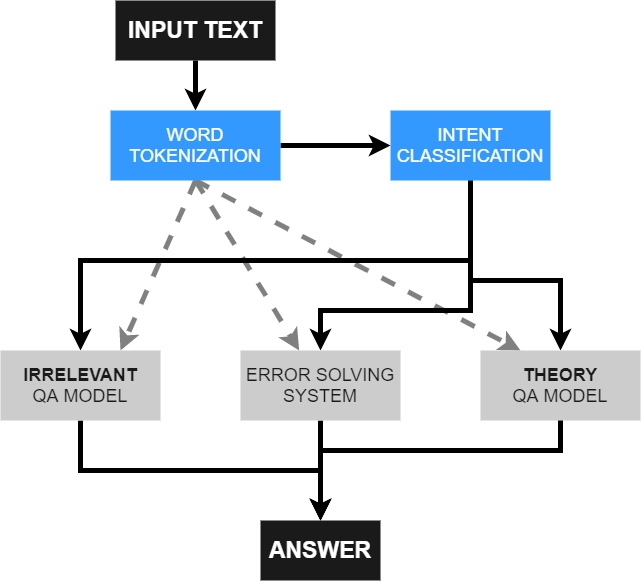
Above: Pipeline.png in tamlc46/CodEbot (draw.io), before the change. Source tidied: cells renumbered, new cells last; positions are measured from the earlier drawing's top-left corner, leaving out a move shared by most shapes. Its diagram source:
```xml
<mxGraphModel>
  <root>
    <mxCell id="0" />
    <mxCell id="1" parent="0" />
    <mxCell id="2" style="edgeStyle=none;rounded=0;jettySize=auto;html=1;exitX=0.5;exitY=1;exitDx=0;exitDy=0;entryX=0.25;entryY=0;entryDx=0;entryDy=0;dashed=1;strokeColor=#808080;strokeWidth=5;fontSize=18;fontColor=#1A1A1A;" parent="1" edge="1" source="14" target="16">
      <mxGeometry relative="1" as="geometry" />
    </mxCell>
    <mxCell id="3" style="rounded=0;jettySize=auto;html=1;exitX=0.5;exitY=1;exitDx=0;exitDy=0;entryX=0.75;entryY=0;entryDx=0;entryDy=0;strokeColor=#808080;strokeWidth=5;fontSize=18;fontColor=#1A1A1A;dashed=1;" parent="1" edge="1" source="14" target="18">
      <mxGeometry relative="1" as="geometry" />
    </mxCell>
    <mxCell id="4" style="edgeStyle=none;rounded=0;jettySize=auto;html=1;exitX=0.5;exitY=1;exitDx=0;exitDy=0;dashed=1;strokeColor=#808080;strokeWidth=5;fontSize=18;fontColor=#1A1A1A;" parent="1" edge="1" source="14" target="17">
      <mxGeometry relative="1" as="geometry" />
    </mxCell>
    <mxCell id="5" style="edgeStyle=orthogonalEdgeStyle;rounded=0;jettySize=auto;html=1;exitX=0.5;exitY=1;exitDx=0;exitDy=0;entryX=0.5;entryY=0;entryDx=0;entryDy=0;strokeColor=#000000;strokeWidth=5;fontSize=18;fontColor=#1A1A1A;" parent="1" edge="1" source="18" target="19">
      <mxGeometry relative="1" as="geometry" />
    </mxCell>
    <mxCell id="6" style="edgeStyle=none;rounded=0;jettySize=auto;html=1;exitX=0.5;exitY=1;exitDx=0;exitDy=0;strokeColor=#000000;strokeWidth=5;fontSize=18;fontColor=#1A1A1A;entryX=0.5;entryY=0;entryDx=0;entryDy=0;" parent="1" edge="1" source="17" target="19">
      <mxGeometry relative="1" as="geometry" />
    </mxCell>
    <mxCell id="7" style="edgeStyle=orthogonalEdgeStyle;rounded=0;jettySize=auto;html=1;exitX=0.5;exitY=1;exitDx=0;exitDy=0;entryX=0.5;entryY=0;entryDx=0;entryDy=0;fontSize=18;fontColor=#1A1A1A;strokeWidth=5;" parent="1" edge="1" source="8" target="14">
      <mxGeometry relative="1" as="geometry" />
    </mxCell>
    <mxCell id="8" value="&lt;font style=&quot;font-size: 23px&quot;&gt;INPUT TEXT&lt;br&gt;&lt;/font&gt;" style="rounded=0;whiteSpace=wrap;html=1;fillColor=#1A1A1A;fontStyle=1;fontSize=23;labelBorderColor=none;strokeColor=none;fontColor=#FFFFFF;" parent="1" vertex="1">
      <mxGeometry x="115" width="160" height="60" as="geometry" />
    </mxCell>
    <mxCell id="9" style="edgeStyle=orthogonalEdgeStyle;rounded=0;jettySize=auto;html=1;exitX=0.5;exitY=1;exitDx=0;exitDy=0;fontSize=18;fontColor=#1A1A1A;strokeWidth=5;" parent="1" edge="1" source="12" target="18">
      <mxGeometry relative="1" as="geometry">
        <Array as="points">
          <mxPoint x="470" y="260" />
          <mxPoint x="80" y="260" />
        </Array>
      </mxGeometry>
    </mxCell>
    <mxCell id="10" style="edgeStyle=orthogonalEdgeStyle;rounded=0;jettySize=auto;html=1;exitX=0.5;exitY=1;exitDx=0;exitDy=0;entryX=0.5;entryY=0;entryDx=0;entryDy=0;fontSize=18;fontColor=#1A1A1A;strokeWidth=5;" parent="1" edge="1" source="12" target="17">
      <mxGeometry relative="1" as="geometry">
        <Array as="points">
          <mxPoint x="470" y="310" />
          <mxPoint x="320" y="310" />
        </Array>
      </mxGeometry>
    </mxCell>
    <mxCell id="11" style="edgeStyle=orthogonalEdgeStyle;rounded=0;jettySize=auto;html=1;exitX=0.5;exitY=1;exitDx=0;exitDy=0;entryX=0.5;entryY=0;entryDx=0;entryDy=0;fontSize=18;fontColor=#1A1A1A;strokeWidth=5;" parent="1" edge="1" source="12" target="16">
      <mxGeometry relative="1" as="geometry">
        <Array as="points">
          <mxPoint x="470" y="280" />
          <mxPoint x="560" y="280" />
        </Array>
      </mxGeometry>
    </mxCell>
    <mxCell id="12" value="INTENT CLASSIFICATION" style="rounded=0;whiteSpace=wrap;html=1;fillColor=#3399FF;fontSize=18;fontColor=#FFFFFF;strokeColor=none;" parent="1" vertex="1">
      <mxGeometry x="390" y="110" width="160" height="70" as="geometry" />
    </mxCell>
    <mxCell id="13" style="edgeStyle=orthogonalEdgeStyle;rounded=0;jettySize=auto;html=1;exitX=1;exitY=0.5;exitDx=0;exitDy=0;entryX=0;entryY=0.5;entryDx=0;entryDy=0;fontSize=18;fontColor=#1A1A1A;strokeWidth=5;" parent="1" edge="1" source="14" target="12">
      <mxGeometry relative="1" as="geometry" />
    </mxCell>
    <mxCell id="14" value="WORD TOKENIZATION" style="rounded=0;whiteSpace=wrap;html=1;fillColor=#3399FF;fontSize=18;fontColor=#FFFFFF;strokeColor=none;" parent="1" vertex="1">
      <mxGeometry x="110" y="110" width="170" height="70" as="geometry" />
    </mxCell>
    <mxCell id="15" style="edgeStyle=orthogonalEdgeStyle;rounded=0;jettySize=auto;html=1;exitX=0.5;exitY=1;exitDx=0;exitDy=0;strokeColor=#000000;strokeWidth=5;fontSize=18;fontColor=#1A1A1A;entryX=0.5;entryY=0;entryDx=0;entryDy=0;" parent="1" edge="1" source="16" target="19">
      <mxGeometry relative="1" as="geometry">
        <Array as="points">
          <mxPoint x="560" y="450" />
          <mxPoint x="320" y="450" />
        </Array>
      </mxGeometry>
    </mxCell>
    <mxCell id="16" value="&lt;b&gt;THEORY&lt;/b&gt;&lt;br&gt;QA MODEL" style="rounded=0;whiteSpace=wrap;html=1;fillColor=#CCCCCC;fontSize=18;fontColor=#1A1A1A;strokeColor=none;" parent="1" vertex="1">
      <mxGeometry x="480" y="350" width="160" height="70" as="geometry" />
    </mxCell>
    <mxCell id="17" value="ERROR SOLVING SYSTEM" style="rounded=0;whiteSpace=wrap;html=1;fillColor=#CCCCCC;fontSize=18;fontColor=#1A1A1A;strokeColor=none;" parent="1" vertex="1">
      <mxGeometry x="240" y="350" width="160" height="70" as="geometry" />
    </mxCell>
    <mxCell id="18" value="&lt;b&gt;IRRELEVANT&lt;/b&gt;&lt;br&gt;QA MODEL" style="rounded=0;whiteSpace=wrap;html=1;fillColor=#CCCCCC;fontSize=18;fontColor=#1A1A1A;strokeColor=none;" parent="1" vertex="1">
      <mxGeometry y="350" width="160" height="70" as="geometry" />
    </mxCell>
    <mxCell id="19" value="ANSWER" style="rounded=0;whiteSpace=wrap;html=1;fillColor=#1A1A1A;fontStyle=1;fontSize=23;labelBorderColor=none;strokeColor=none;fontColor=#FFFFFF;" parent="1" vertex="1">
      <mxGeometry x="260" y="520" width="120" height="60" as="geometry" />
    </mxCell>
  </root>
</mxGraphModel>
```
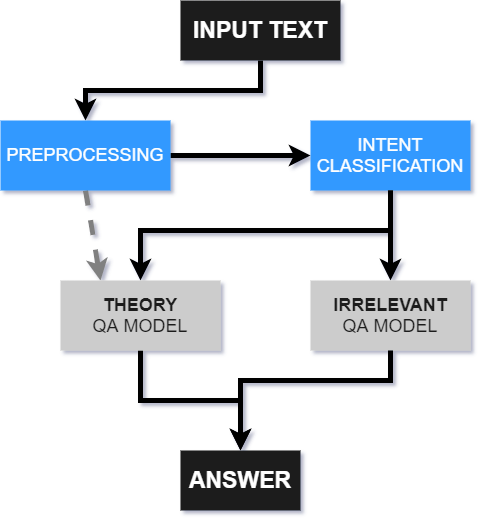
Above is the later version.

Commit message:
Update Notebook, add Pipeline graph

The edit, as a diff of the source:
```diff
@@ -2,76 +2,56 @@
   <root>
     <mxCell id="0" />
     <mxCell id="1" parent="0" />
-    <mxCell id="2" style="edgeStyle=none;rounded=0;jettySize=auto;html=1;exitX=0.5;exitY=1;exitDx=0;exitDy=0;entryX=0.25;entryY=0;entryDx=0;entryDy=0;dashed=1;strokeColor=#808080;strokeWidth=5;fontSize=18;fontColor=#1A1A1A;" parent="1" edge="1" source="14" target="16">
+    <mxCell id="2" style="edgeStyle=none;rounded=0;jettySize=auto;html=1;exitX=0.5;exitY=1;exitDx=0;exitDy=0;dashed=1;strokeColor=#808080;strokeWidth=5;fontSize=18;fontColor=#1A1A1A;entryX=0.25;entryY=0;entryDx=0;entryDy=0;" parent="1" edge="1" source="14" target="18">
       <mxGeometry relative="1" as="geometry" />
     </mxCell>
-    <mxCell id="3" style="rounded=0;jettySize=auto;html=1;exitX=0.5;exitY=1;exitDx=0;exitDy=0;entryX=0.75;entryY=0;entryDx=0;entryDy=0;strokeColor=#808080;strokeWidth=5;fontSize=18;fontColor=#1A1A1A;dashed=1;" parent="1" edge="1" source="14" target="18">
-      <mxGeometry relative="1" as="geometry" />
-    </mxCell>
-    <mxCell id="4" style="edgeStyle=none;rounded=0;jettySize=auto;html=1;exitX=0.5;exitY=1;exitDx=0;exitDy=0;dashed=1;strokeColor=#808080;strokeWidth=5;fontSize=18;fontColor=#1A1A1A;" parent="1" edge="1" source="14" target="17">
-      <mxGeometry relative="1" as="geometry" />
-    </mxCell>
     <mxCell id="5" style="edgeStyle=orthogonalEdgeStyle;rounded=0;jettySize=auto;html=1;exitX=0.5;exitY=1;exitDx=0;exitDy=0;entryX=0.5;entryY=0;entryDx=0;entryDy=0;strokeColor=#000000;strokeWidth=5;fontSize=18;fontColor=#1A1A1A;" parent="1" edge="1" source="18" target="19">
       <mxGeometry relative="1" as="geometry" />
     </mxCell>
-    <mxCell id="6" style="edgeStyle=none;rounded=0;jettySize=auto;html=1;exitX=0.5;exitY=1;exitDx=0;exitDy=0;strokeColor=#000000;strokeWidth=5;fontSize=18;fontColor=#1A1A1A;entryX=0.5;entryY=0;entryDx=0;entryDy=0;" parent="1" edge="1" source="17" target="19">
-      <mxGeometry relative="1" as="geometry" />
-    </mxCell>
     <mxCell id="7" style="edgeStyle=orthogonalEdgeStyle;rounded=0;jettySize=auto;html=1;exitX=0.5;exitY=1;exitDx=0;exitDy=0;entryX=0.5;entryY=0;entryDx=0;entryDy=0;fontSize=18;fontColor=#1A1A1A;strokeWidth=5;" parent="1" edge="1" source="8" target="14">
       <mxGeometry relative="1" as="geometry" />
     </mxCell>
     <mxCell id="8" value="&lt;font style=&quot;font-size: 23px&quot;&gt;INPUT TEXT&lt;br&gt;&lt;/font&gt;" style="rounded=0;whiteSpace=wrap;html=1;fillColor=#1A1A1A;fontStyle=1;fontSize=23;labelBorderColor=none;strokeColor=none;fontColor=#FFFFFF;" parent="1" vertex="1">
-      <mxGeometry x="115" width="160" height="60" as="geometry" />
+      <mxGeometry x="260" y="70" width="160" height="60" as="geometry" />
     </mxCell>
-    <mxCell id="9" style="edgeStyle=orthogonalEdgeStyle;rounded=0;jettySize=auto;html=1;exitX=0.5;exitY=1;exitDx=0;exitDy=0;fontSize=18;fontColor=#1A1A1A;strokeWidth=5;" parent="1" edge="1" source="12" target="18">
+    <mxCell id="9" style="edgeStyle=orthogonalEdgeStyle;rounded=0;jettySize=auto;html=1;exitX=0.5;exitY=1;exitDx=0;exitDy=0;fontSize=18;fontColor=#1A1A1A;strokeWidth=5;entryX=0.5;entryY=0;entryDx=0;entryDy=0;" parent="1" edge="1" source="12" target="18">
       <mxGeometry relative="1" as="geometry">
         <Array as="points">
-          <mxPoint x="470" y="260" />
-          <mxPoint x="80" y="260" />
+          <mxPoint x="470" y="300" />
+          <mxPoint x="220" y="300" />
         </Array>
       </mxGeometry>
     </mxCell>
-    <mxCell id="10" style="edgeStyle=orthogonalEdgeStyle;rounded=0;jettySize=auto;html=1;exitX=0.5;exitY=1;exitDx=0;exitDy=0;entryX=0.5;entryY=0;entryDx=0;entryDy=0;fontSize=18;fontColor=#1A1A1A;strokeWidth=5;" parent="1" edge="1" source="12" target="17">
-      <mxGeometry relative="1" as="geometry">
-        <Array as="points">
-          <mxPoint x="470" y="310" />
-          <mxPoint x="320" y="310" />
-        </Array>
-      </mxGeometry>
-    </mxCell>
     <mxCell id="11" style="edgeStyle=orthogonalEdgeStyle;rounded=0;jettySize=auto;html=1;exitX=0.5;exitY=1;exitDx=0;exitDy=0;entryX=0.5;entryY=0;entryDx=0;entryDy=0;fontSize=18;fontColor=#1A1A1A;strokeWidth=5;" parent="1" edge="1" source="12" target="16">
       <mxGeometry relative="1" as="geometry">
         <Array as="points">
-          <mxPoint x="470" y="280" />
-          <mxPoint x="560" y="280" />
+          <mxPoint x="470" y="310" />
+          <mxPoint x="470" y="310" />
         </Array>
       </mxGeometry>
     </mxCell>
     <mxCell id="12" value="INTENT CLASSIFICATION" style="rounded=0;whiteSpace=wrap;html=1;fillColor=#3399FF;fontSize=18;fontColor=#FFFFFF;strokeColor=none;" parent="1" vertex="1">
-      <mxGeometry x="390" y="110" width="160" height="70" as="geometry" />
+      <mxGeometry x="390" y="190" width="160" height="70" as="geometry" />
     </mxCell>
     <mxCell id="13" style="edgeStyle=orthogonalEdgeStyle;rounded=0;jettySize=auto;html=1;exitX=1;exitY=0.5;exitDx=0;exitDy=0;entryX=0;entryY=0.5;entryDx=0;entryDy=0;fontSize=18;fontColor=#1A1A1A;strokeWidth=5;" parent="1" edge="1" source="14" target="12">
       <mxGeometry relative="1" as="geometry" />
     </mxCell>
-    <mxCell id="14" value="WORD TOKENIZATION" style="rounded=0;whiteSpace=wrap;html=1;fillColor=#3399FF;fontSize=18;fontColor=#FFFFFF;strokeColor=none;" parent="1" vertex="1">
-      <mxGeometry x="110" y="110" width="170" height="70" as="geometry" />
+    <mxCell id="14" value="PREPROCESSING" style="rounded=0;whiteSpace=wrap;html=1;fillColor=#3399FF;fontSize=18;fontColor=#FFFFFF;strokeColor=none;" parent="1" vertex="1">
+      <mxGeometry x="80" y="190" width="170" height="70" as="geometry" />
     </mxCell>
     <mxCell id="15" style="edgeStyle=orthogonalEdgeStyle;rounded=0;jettySize=auto;html=1;exitX=0.5;exitY=1;exitDx=0;exitDy=0;strokeColor=#000000;strokeWidth=5;fontSize=18;fontColor=#1A1A1A;entryX=0.5;entryY=0;entryDx=0;entryDy=0;" parent="1" edge="1" source="16" target="19">
       <mxGeometry relative="1" as="geometry">
         <Array as="points">
-          <mxPoint x="560" y="450" />
+          <mxPoint x="470" y="450" />
           <mxPoint x="320" y="450" />
         </Array>
       </mxGeometry>
     </mxCell>
-    <mxCell id="16" value="&lt;b&gt;THEORY&lt;/b&gt;&lt;br&gt;QA MODEL" style="rounded=0;whiteSpace=wrap;html=1;fillColor=#CCCCCC;fontSize=18;fontColor=#1A1A1A;strokeColor=none;" parent="1" vertex="1">
-      <mxGeometry x="480" y="350" width="160" height="70" as="geometry" />
+    <mxCell id="16" value="&lt;b&gt;IRRELEVANT&lt;/b&gt;&lt;br&gt;QA MODEL" style="rounded=0;whiteSpace=wrap;html=1;fillColor=#CCCCCC;fontSize=18;fontColor=#1A1A1A;strokeColor=none;" parent="1" vertex="1">
+      <mxGeometry x="390" y="350" width="160" height="70" as="geometry" />
     </mxCell>
-    <mxCell id="17" value="ERROR SOLVING SYSTEM" style="rounded=0;whiteSpace=wrap;html=1;fillColor=#CCCCCC;fontSize=18;fontColor=#1A1A1A;strokeColor=none;" parent="1" vertex="1">
-      <mxGeometry x="240" y="350" width="160" height="70" as="geometry" />
-    </mxCell>
-    <mxCell id="18" value="&lt;b&gt;IRRELEVANT&lt;/b&gt;&lt;br&gt;QA MODEL" style="rounded=0;whiteSpace=wrap;html=1;fillColor=#CCCCCC;fontSize=18;fontColor=#1A1A1A;strokeColor=none;" parent="1" vertex="1">
-      <mxGeometry y="350" width="160" height="70" as="geometry" />
+    <mxCell id="18" value="&lt;b&gt;THEORY&lt;/b&gt;&lt;br&gt;&lt;span&gt;QA MODEL&lt;/span&gt;" style="rounded=0;whiteSpace=wrap;html=1;fillColor=#CCCCCC;fontSize=18;fontColor=#1A1A1A;strokeColor=none;" parent="1" vertex="1">
+      <mxGeometry x="140" y="350" width="160" height="70" as="geometry" />
     </mxCell>
     <mxCell id="19" value="ANSWER" style="rounded=0;whiteSpace=wrap;html=1;fillColor=#1A1A1A;fontStyle=1;fontSize=23;labelBorderColor=none;strokeColor=none;fontColor=#FFFFFF;" parent="1" vertex="1">
       <mxGeometry x="260" y="520" width="120" height="60" as="geometry" />
```
